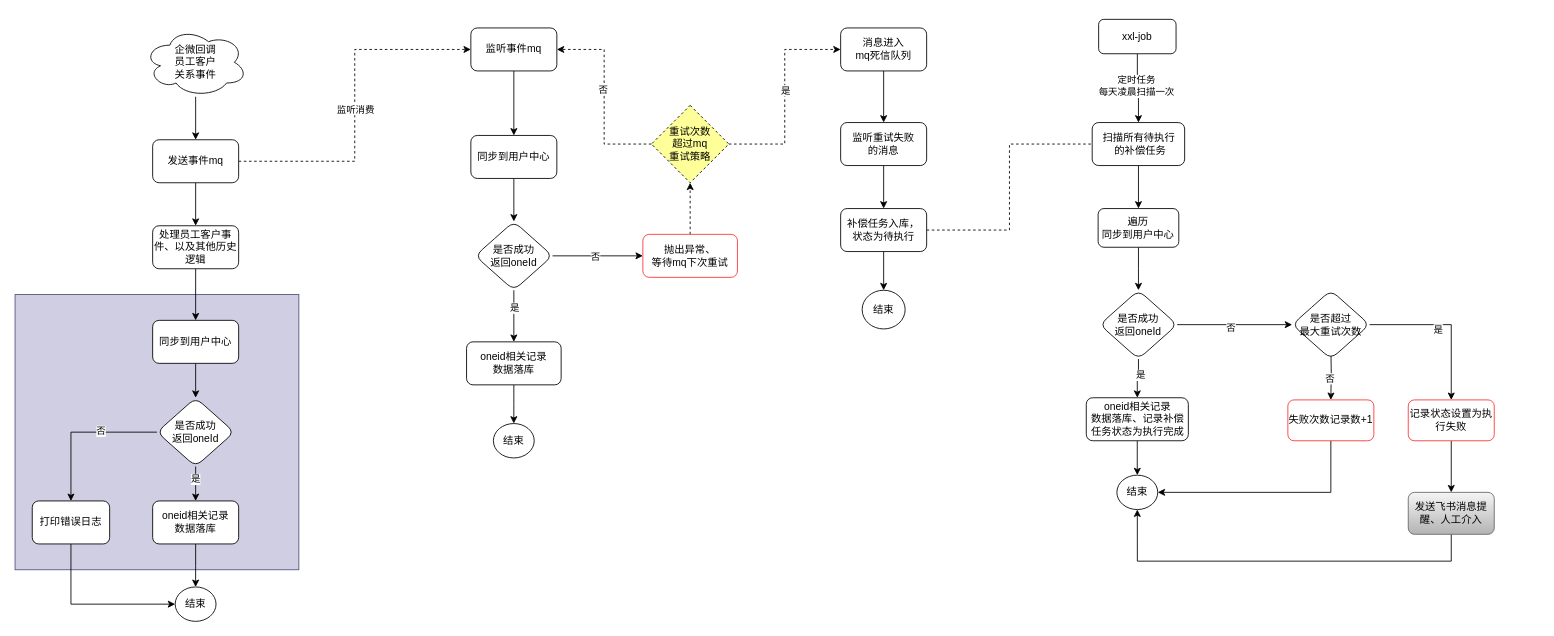
Above: oneId同步保障机制.drawio in 330129161/draw.io (draw.io), before the change. Source tidied: cells renumbered, new cells numbered last; positions are measured from the earlier drawing's top-left corner, leaving out a move shared by most shapes. Both pictures are drawn from the tidied source at 86%, with x=0, y=0 at pixel (15, 19).
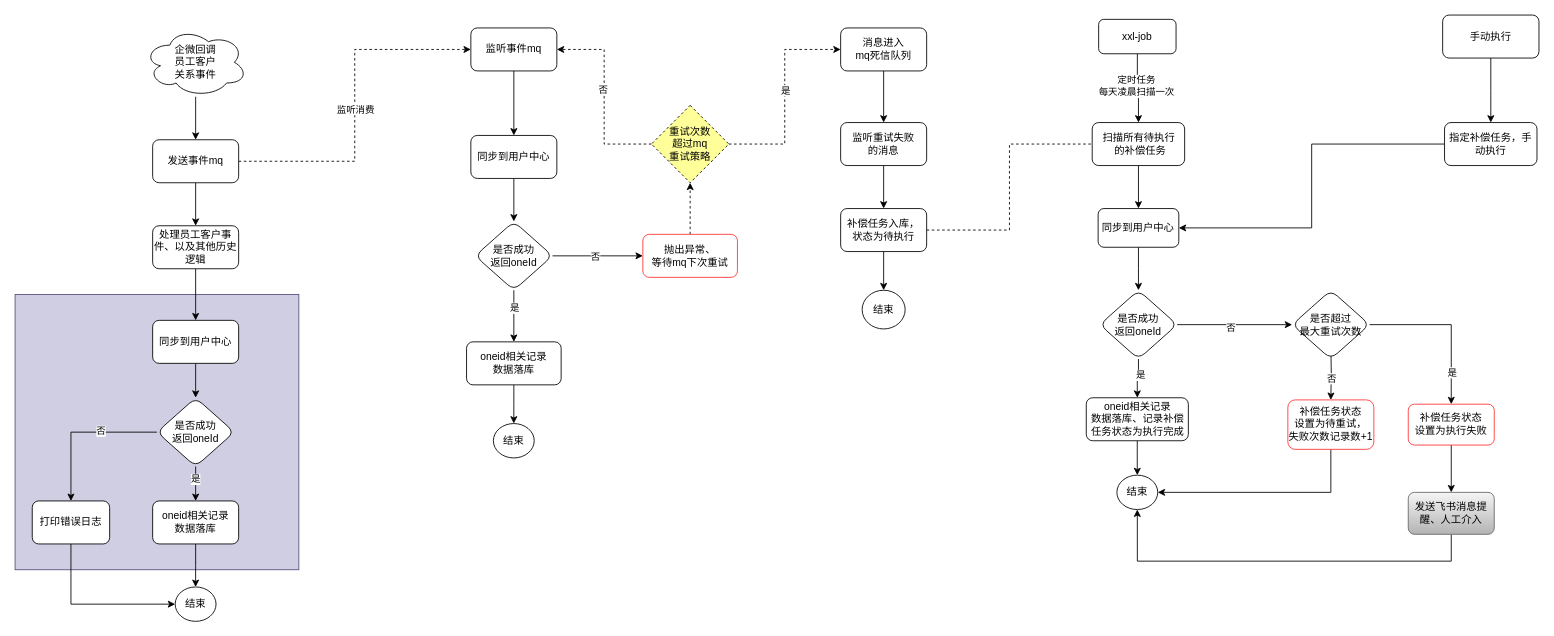
The same diagram, later.

Commit message (it also covers changes not shown here):
更新oneId同步保障机制.drawio

Unchanged cells that the change refers to:
```xml
<mxCell id="67" style="edgeStyle=orthogonalEdgeStyle;rounded=0;jettySize=auto;html=1;" parent="1" edge="1" target="66">
  <mxGeometry relative="1" as="geometry">
    <mxPoint x="1530" y="378.8" as="sourcePoint" />
  </mxGeometry>
</mxCell>
<mxCell id="69" style="edgeStyle=orthogonalEdgeStyle;rounded=0;jettySize=auto;html=1;entryX=0.5;entryY=0;entryDx=0;entryDy=0;" parent="1" edge="1" source="71" target="73">
  <mxGeometry relative="1" as="geometry" />
</mxCell>
```

What changed in the source:
```diff
@@
-    <mxCell id="56" value="遍历&lt;br&gt;同步到用户中心" style="whiteSpace=wrap;html=1;rounded=1;" parent="1" vertex="1">
+    <mxCell id="56" value="同步到用户中心" style="whiteSpace=wrap;html=1;rounded=1;" parent="1" vertex="1">
       <mxGeometry x="1259.4" y="220" width="93.8" height="45" as="geometry" />
     </mxCell>
@@
-    <mxCell id="66" value="失败次数记录数+1" style="whiteSpace=wrap;html=1;rounded=1;fillColor=#FFFFFF;strokeColor=#FF3333;" parent="1" vertex="1">
-      <mxGeometry x="1480" y="442.5" width="100" height="47.5" as="geometry" />
+    <mxCell id="66" value="补偿任务状态&lt;br&gt;设置为待重试，&lt;br&gt;失败次数记录数+1" style="whiteSpace=wrap;html=1;rounded=1;fillColor=#FFFFFF;strokeColor=#FF3333;" parent="1" vertex="1">
+      <mxGeometry x="1480" y="442.5" width="100" height="57.5" as="geometry" />
     </mxCell>
@@
     <mxCell id="68" value="否" style="edgeLabel;html=1;align=center;verticalAlign=middle;" parent="67" vertex="1">
-      <mxGeometry x="0.21" y="-2" relative="1" as="geometry" />
+      <mxGeometry x="0.21" y="-2" relative="1" as="geometry">
+        <mxPoint x="2" as="offset" />
+      </mxGeometry>
     </mxCell>
@@
     <mxCell id="70" value="是" style="edgeLabel;html=1;align=center;verticalAlign=middle;" parent="69" vertex="1">
       <mxGeometry x="-0.12" y="-5" relative="1" as="geometry">
-        <mxPoint x="-1" as="offset" />
+        <mxPoint x="12" y="50" as="offset" />
       </mxGeometry>
     </mxCell>
@@
-    <mxCell id="73" value="记录状态设置为执行失败" style="whiteSpace=wrap;html=1;rounded=1;strokeColor=#FF3333;" parent="1" vertex="1">
-      <mxGeometry x="1620" y="442.5" width="100" height="47.5" as="geometry" />
+    <mxCell id="73" value="补偿任务状态&lt;br&gt;设置为执行失败" style="whiteSpace=wrap;html=1;rounded=1;strokeColor=#FF3333;" parent="1" vertex="1">
+      <mxGeometry x="1620" y="447.5" width="100" height="47.5" as="geometry" />
     </mxCell>
@@
+    <mxCell id="76" style="edgeStyle=orthogonalEdgeStyle;rounded=0;jettySize=auto;html=1;" parent="1" edge="1" source="77" target="79">
+      <mxGeometry relative="1" as="geometry" />
+    </mxCell>
+    <mxCell id="77" value="手动执行" style="rounded=1;whiteSpace=wrap;html=1;" parent="1" vertex="1">
+      <mxGeometry x="1660" y="-5" width="112" height="50" as="geometry" />
+    </mxCell>
+    <mxCell id="78" style="edgeStyle=orthogonalEdgeStyle;rounded=0;jettySize=auto;html=1;entryX=1;entryY=0.5;entryDx=0;entryDy=0;" parent="1" edge="1" source="79" target="56">
+      <mxGeometry relative="1" as="geometry" />
+    </mxCell>
+    <mxCell id="79" value="指定补偿任务，手动执行" style="whiteSpace=wrap;html=1;rounded=1;" parent="1" vertex="1">
+      <mxGeometry x="1662.2" y="120" width="107.5" height="50" as="geometry" />
+    </mxCell>
```
